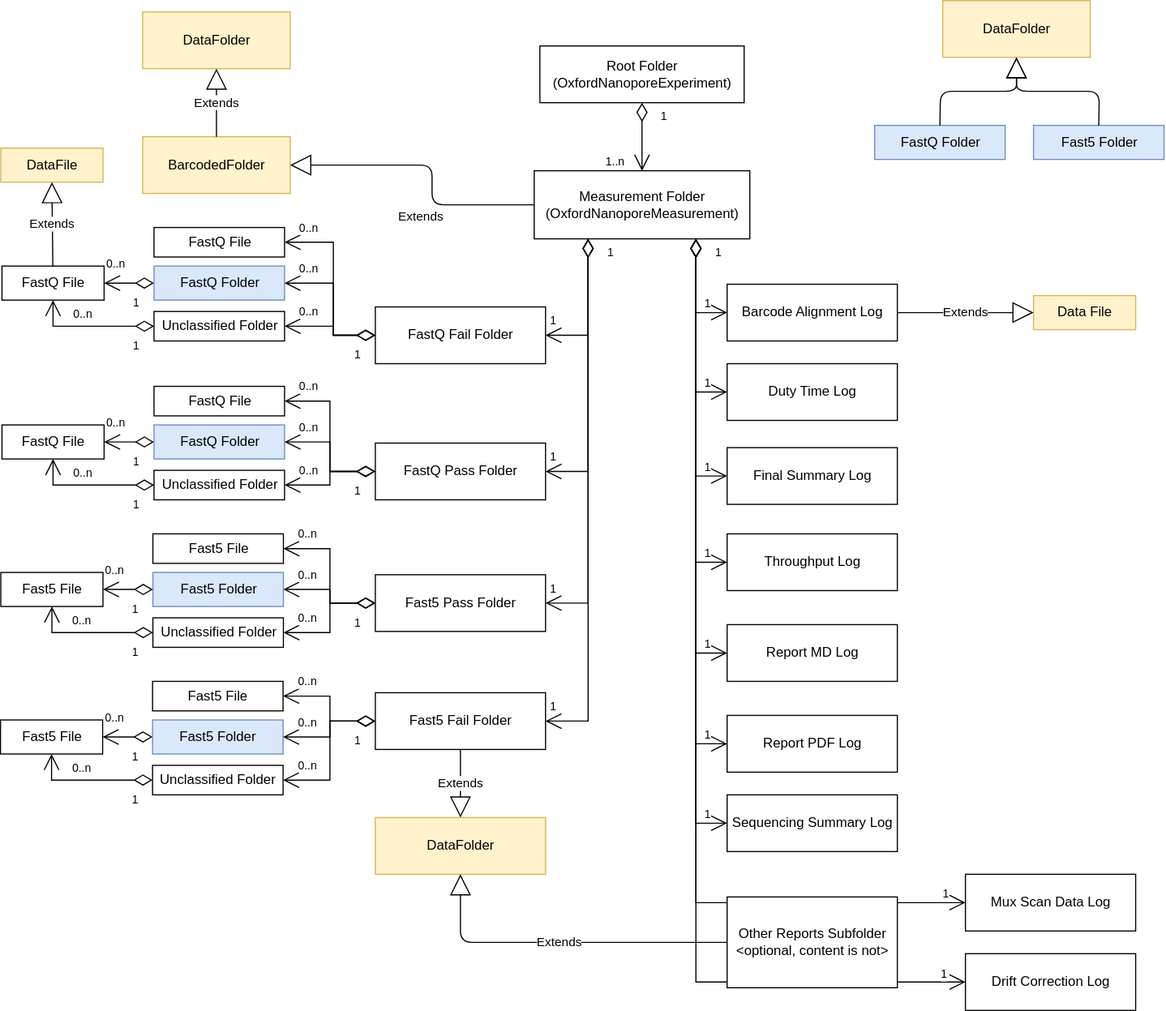
This is doc/figures/Nanopore_Data_Structure_Model.svg from qbicsoftware/data-model-lib, a draw.io export, as it was before one commit. Source tidied: cells renumbered, new cells last; positions are measured from the earlier drawing's top-left corner, leaving out a move shared by most shapes.
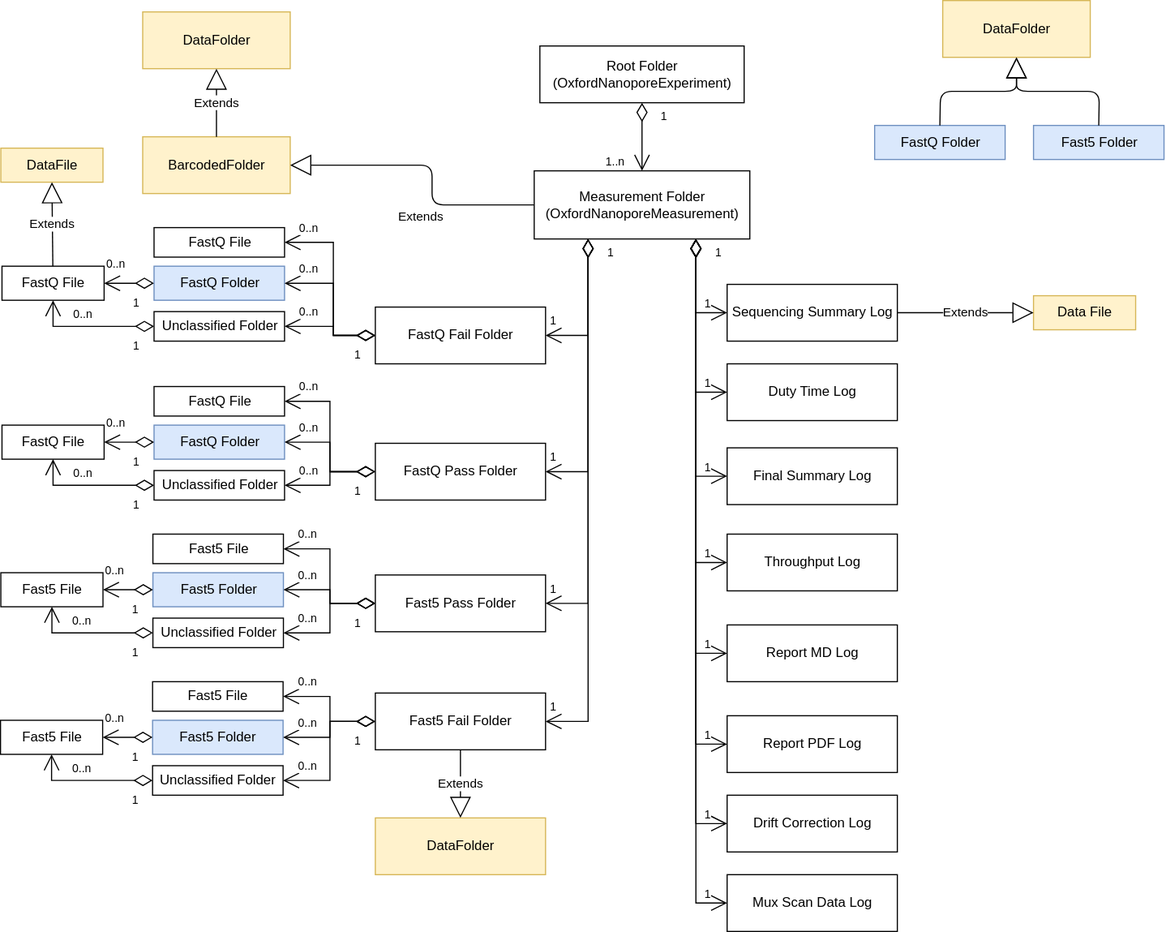
The same diagram one commit later.

Commit message:
add new nanopore model to readme

What changed in the source:
```diff
@@ -5,14 +5,6 @@
     <mxCell id="2" value="Root Folder&lt;br&gt;(OxfordNanoporeExperiment)" style="html=1;" parent="1" vertex="1">
       <mxGeometry x="475" y="40" width="180" height="50" as="geometry" />
     </mxCell>
-    <mxCell id="3" style="edgeStyle=orthogonalEdgeStyle;rounded=0;jettySize=auto;html=1;exitX=0.75;exitY=1;exitDx=0;exitDy=0;entryX=0;entryY=0.5;entryDx=0;entryDy=0;endArrow=open;endFill=0;endSize=12;startSize=14;startArrow=diamondThin;startFill=0;" parent="1" edge="1" source="5" target="148">
-      <mxGeometry relative="1" as="geometry" />
-    </mxCell>
-    <mxCell id="4" value="1" style="edgeLabel;html=1;align=center;verticalAlign=middle;fontSize=10;" parent="3" vertex="1">
-      <mxGeometry x="0.93" y="-2" relative="1" as="geometry">
-        <mxPoint x="12" y="-10" as="offset" />
-      </mxGeometry>
-    </mxCell>
     <mxCell id="5" value="Measurement Folder&lt;br&gt;(OxfordNanoporeMeasurement)" style="html=1;" parent="1" vertex="1">
       <mxGeometry x="470" y="150" width="190" height="60" as="geometry" />
     </mxCell>
@@ -93,7 +85,7 @@
         <mxPoint x="10.5" y="-25" as="offset" />
       </mxGeometry>
     </mxCell>
-    <mxCell id="25" value="Barcode Alignment Log" style="html=1;" parent="1" vertex="1">
+    <mxCell id="25" value="Sequencing Summary Log" style="html=1;" parent="1" vertex="1">
       <mxGeometry x="640" y="250" width="150" height="50" as="geometry" />
     </mxCell>
     <mxCell id="26" value="Duty Time Log" style="html=1;" parent="1" vertex="1">
@@ -111,11 +103,11 @@
     <mxCell id="30" value="Report PDF Log" style="html=1;" parent="1" vertex="1">
       <mxGeometry x="640" y="630" width="150" height="50" as="geometry" />
     </mxCell>
-    <mxCell id="31" value="Sequencing Summary Log" style="html=1;" parent="1" vertex="1">
+    <mxCell id="31" value="Drift Correction Log" style="html=1;" parent="1" vertex="1">
       <mxGeometry x="640" y="700" width="150" height="50" as="geometry" />
     </mxCell>
     <mxCell id="32" value="Mux Scan Data Log" style="html=1;" parent="1" vertex="1">
-      <mxGeometry x="850" y="770" width="150" height="50" as="geometry" />
+      <mxGeometry x="640" y="770" width="150" height="50" as="geometry" />
     </mxCell>
     <mxCell id="33" style="endArrow=open;html=1;endSize=12;startArrow=diamondThin;startSize=14;startFill=0;rounded=0;exitX=0.75;exitY=1;exitDx=0;exitDy=0;edgeStyle=orthogonalEdgeStyle;entryX=0;entryY=0.5;entryDx=0;entryDy=0;" parent="1" edge="1" source="5" target="25">
       <mxGeometry relative="1" as="geometry" />
@@ -650,18 +642,5 @@
         </Array>
       </mxGeometry>
     </mxCell>
-    <mxCell id="148" value="Drift Correction Log" style="html=1;" parent="1" vertex="1">
-      <mxGeometry x="850" y="840" width="150" height="50" as="geometry" />
-    </mxCell>
-    <mxCell id="149" value="Extends" style="endArrow=block;endSize=16;endFill=0;html=1;exitX=0;exitY=0.5;exitDx=0;exitDy=0;entryX=0.5;entryY=1;entryDx=0;entryDy=0;" parent="1" edge="1" source="150" target="70">
-      <mxGeometry relative="1" as="geometry">
-        <Array as="points">
-          <mxPoint x="405" y="830" />
-        </Array>
-      </mxGeometry>
-    </mxCell>
-    <mxCell id="150" value="Other Reports Subfolder&lt;br&gt;&amp;lt;optional, content is not&amp;gt;" style="html=1;" parent="1" vertex="1">
-      <mxGeometry x="640" y="790" width="150" height="80" as="geometry" />
-    </mxCell>
   </root>
 </mxGraphModel>
```
